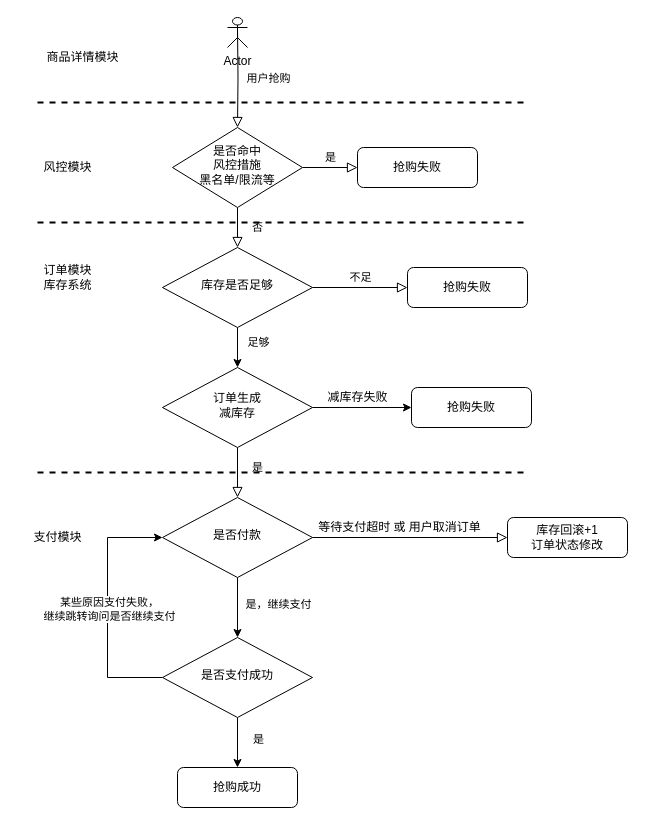
The draw.io diagram product_sedkill.drawio in maciaymd/draw.io, before the edit. Source tidied: cells renumbered, new cells numbered last; positions are measured from the earlier drawing's top-left corner, leaving out a move shared by most shapes. Both pictures are drawn from the tidied source at 100%, with x=0, y=0 at pixel (27, 17).
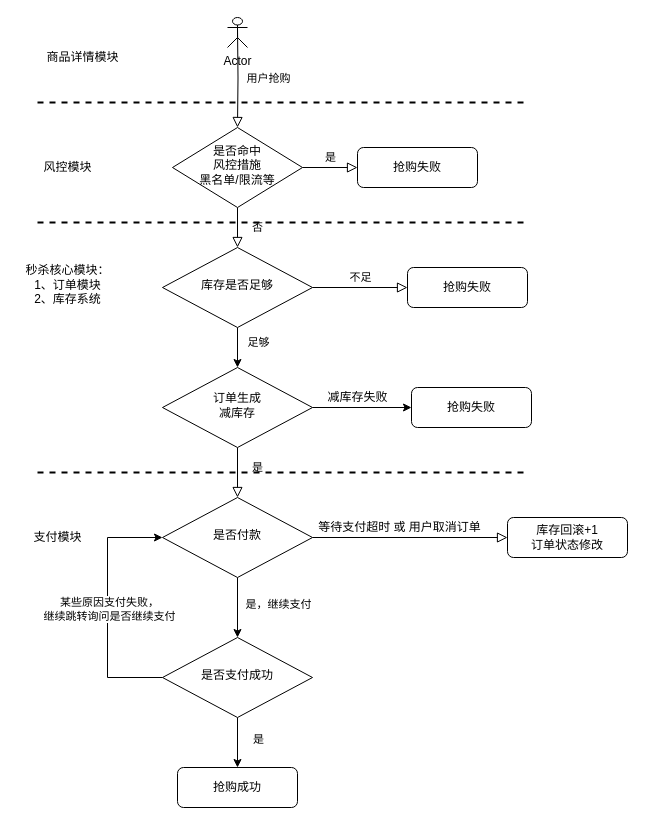
After the change.

What changed in the source:
```diff
@@
-    <mxCell id="31" value="订单模块&lt;br&gt;库存系统" style="text;html=1;align=center;verticalAlign=middle;strokeColor=none;" parent="1" vertex="1">
-      <mxGeometry x="10" y="245" width="60" height="30" as="geometry" />
+    <mxCell id="31" value="&lt;br&gt;秒杀核心模块：&lt;br&gt;1、订单模块&lt;br&gt;2、库存系统" style="text;html=1;align=center;verticalAlign=middle;strokeColor=none;" parent="1" vertex="1">
+      <mxGeometry x="-10" y="230" width="100" height="60" as="geometry" />
     </mxCell>
```
